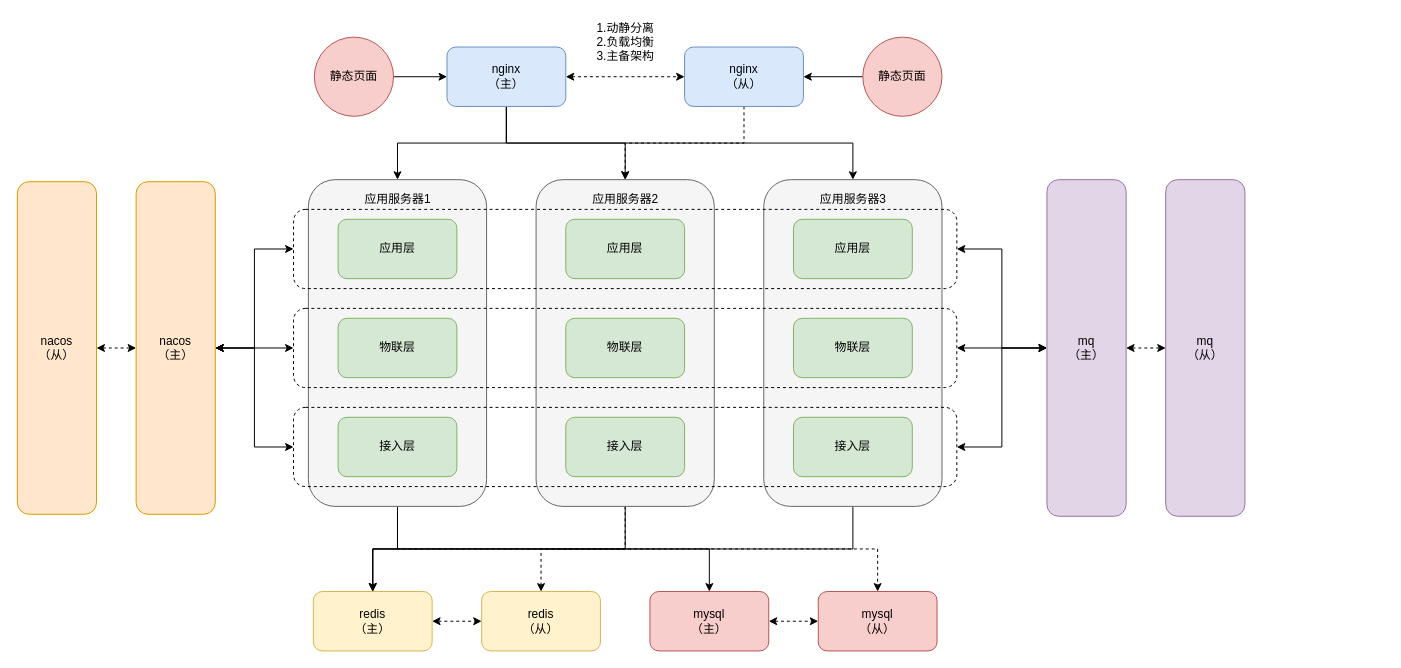
The draw.io diagram 未命名绘图.drawio in chaselch/chasel-draw-pic, before the edit. Source tidied: cells renumbered, new cells numbered last; positions are measured from the earlier drawing's top-left corner, leaving out a move shared by most shapes. Both pictures are drawn from the tidied source at 99%, with x=0, y=0 at pixel (17, 17).
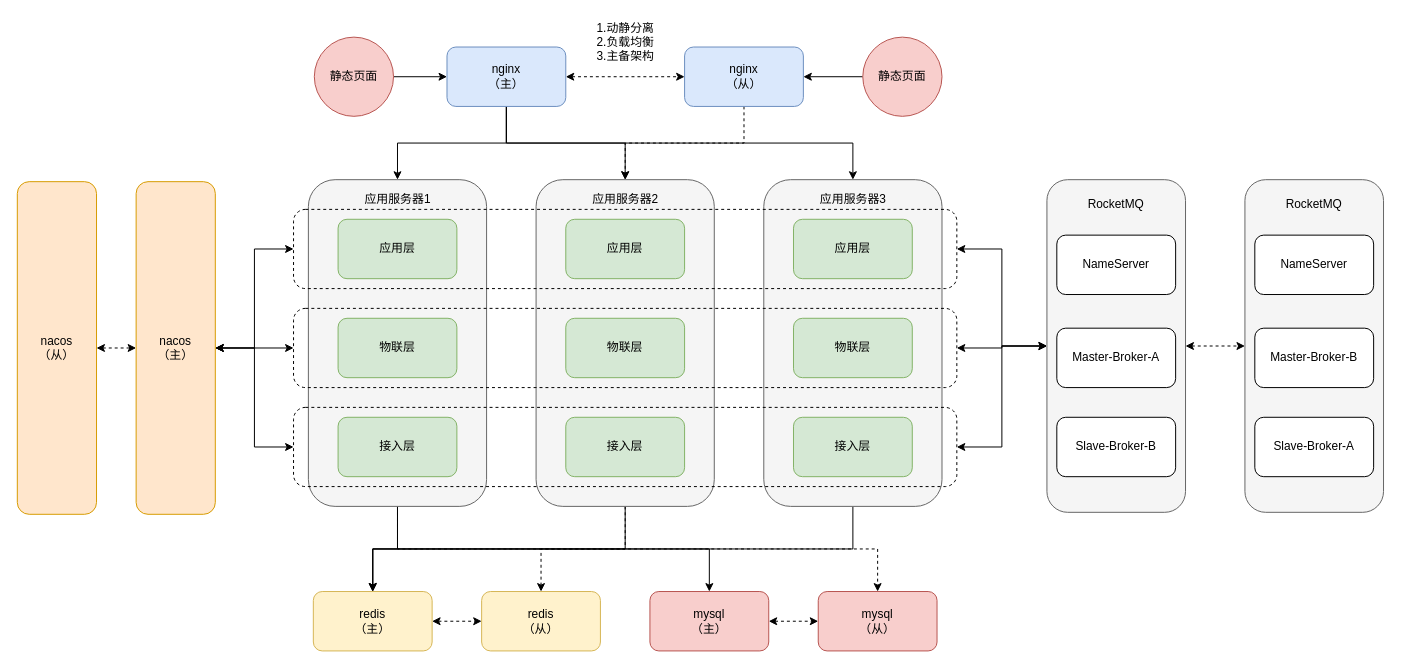
The same page after the edit.

What changed in the source:
```diff
@@
-    <mxCell id="35" style="edgeStyle=orthogonalEdgeStyle;rounded=0;jettySize=auto;html=1;exitX=1;exitY=0.5;exitDx=0;exitDy=0;startArrow=classic;startFill=1;dashed=1;" parent="1" edge="1" source="36" target="45">
+    <mxCell id="35" style="edgeStyle=orthogonalEdgeStyle;rounded=0;jettySize=auto;html=1;exitX=1;exitY=0.5;exitDx=0;exitDy=0;startArrow=classic;startFill=1;dashed=1;entryX=0;entryY=0.5;entryDx=0;entryDy=0;" parent="1" edge="1" source="36" target="60">
       <mxGeometry relative="1" as="geometry" />
     </mxCell>
-    <mxCell id="36" value="mq&lt;br&gt;（主）" style="rounded=1;whiteSpace=wrap;html=1;fillColor=#e1d5e7;strokeColor=#9673a6;" parent="1" vertex="1">
-      <mxGeometry x="1040" y="164" width="80" height="340" as="geometry" />
+    <mxCell id="36" style="rounded=1;whiteSpace=wrap;html=1;fillColor=#f5f5f5;strokeColor=#666666;fontColor=#333333;" parent="1" vertex="1">
+      <mxGeometry x="1040" y="164" width="140" height="336" as="geometry" />
     </mxCell>
@@
-    <mxCell id="45" value="mq&lt;br&gt;（从）" style="rounded=1;whiteSpace=wrap;html=1;fillColor=#e1d5e7;strokeColor=#9673a6;" parent="1" vertex="1">
-      <mxGeometry x="1160" y="164" width="80" height="340" as="geometry" />
-    </mxCell>
@@
+    <mxCell id="56" value="NameServer" style="rounded=1;whiteSpace=wrap;html=1;" parent="1" vertex="1">
+      <mxGeometry x="1050" y="220" width="120" height="60" as="geometry" />
+    </mxCell>
+    <mxCell id="57" value="Master-Broker-A" style="rounded=1;whiteSpace=wrap;html=1;" parent="1" vertex="1">
+      <mxGeometry x="1050" y="314" width="120" height="60" as="geometry" />
+    </mxCell>
+    <mxCell id="58" value="Slave-Broker-B" style="rounded=1;whiteSpace=wrap;html=1;" parent="1" vertex="1">
+      <mxGeometry x="1050" y="404" width="120" height="60" as="geometry" />
+    </mxCell>
+    <mxCell id="59" value="RocketMQ" style="text;html=1;strokeColor=none;fillColor=none;align=center;verticalAlign=middle;whiteSpace=wrap;rounded=0;" parent="1" vertex="1">
+      <mxGeometry x="1080" y="174" width="60" height="30" as="geometry" />
+    </mxCell>
+    <mxCell id="60" style="rounded=1;whiteSpace=wrap;html=1;fillColor=#f5f5f5;strokeColor=#666666;fontColor=#333333;" parent="1" vertex="1">
+      <mxGeometry x="1240" y="164" width="140" height="336" as="geometry" />
+    </mxCell>
+    <mxCell id="61" value="NameServer" style="rounded=1;whiteSpace=wrap;html=1;" parent="1" vertex="1">
+      <mxGeometry x="1250" y="220" width="120" height="60" as="geometry" />
+    </mxCell>
+    <mxCell id="62" value="Master-Broker-B" style="rounded=1;whiteSpace=wrap;html=1;" parent="1" vertex="1">
+      <mxGeometry x="1250" y="314" width="120" height="60" as="geometry" />
+    </mxCell>
+    <mxCell id="63" value="Slave-Broker-A" style="rounded=1;whiteSpace=wrap;html=1;" parent="1" vertex="1">
+      <mxGeometry x="1250" y="404" width="120" height="60" as="geometry" />
+    </mxCell>
+    <mxCell id="64" value="RocketMQ" style="text;html=1;strokeColor=none;fillColor=none;align=center;verticalAlign=middle;whiteSpace=wrap;rounded=0;" parent="1" vertex="1">
+      <mxGeometry x="1280" y="174" width="60" height="30" as="geometry" />
+    </mxCell>
```
